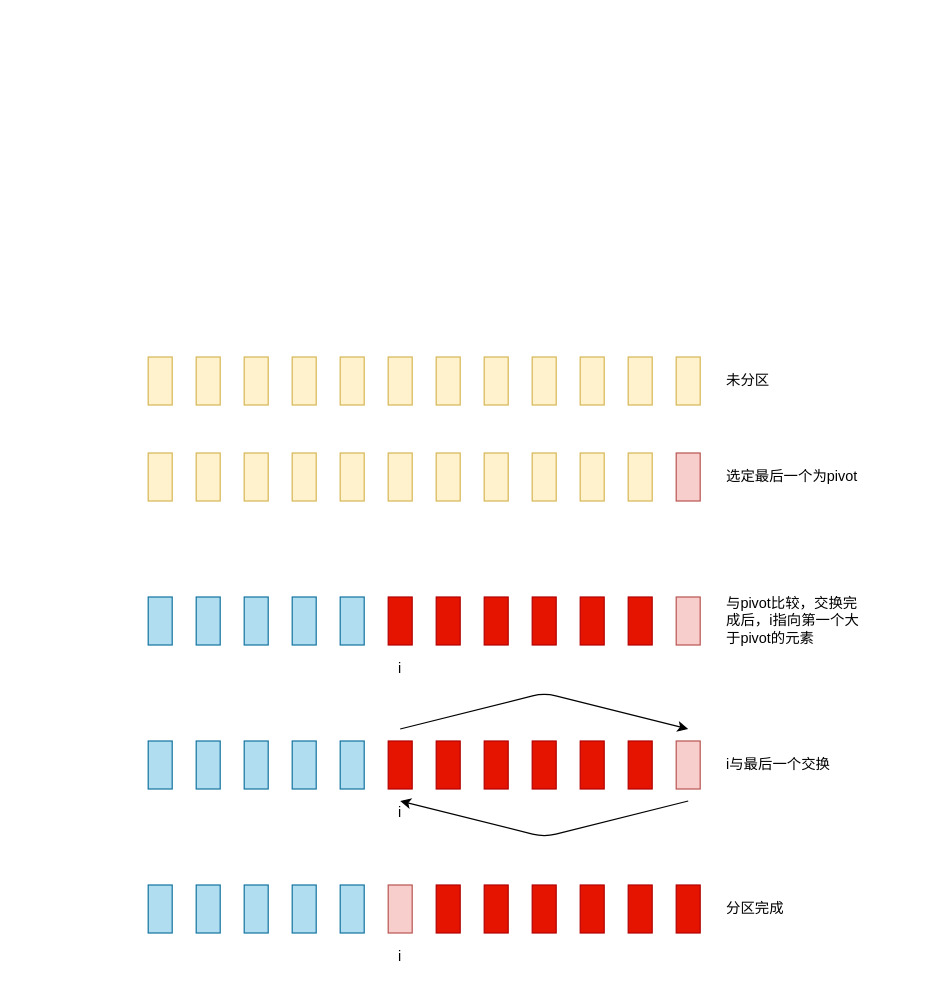
The draw.io diagram pics/data-structure/sort/快速排序-分区函数演示.drawio in niegl4/docs, before the edit. Source tidied: cells renumbered, new cells numbered last; positions are measured from the earlier drawing's top-left corner, leaving out a move shared by most shapes. Both pictures are drawn from the tidied source at 120%, with x=0, y=0 at pixel (148, 356).
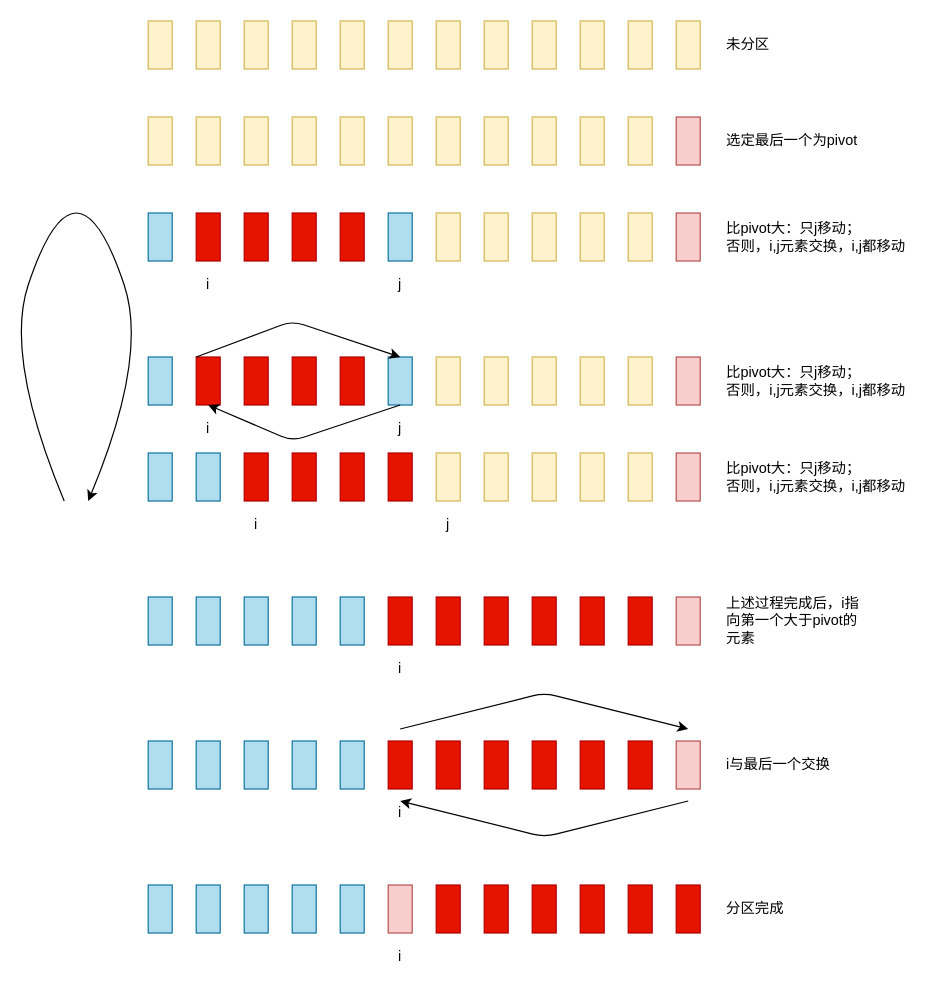
The same page after the edit.

Change to the diagram source:
```diff
@@
     <mxCell id="2" style="rounded=0;whiteSpace=wrap;html=1;fillColor=#fff2cc;strokeColor=#d6b656;" parent="1" vertex="1">
-      <mxGeometry width="20" height="40" as="geometry" />
+      <mxGeometry y="-280" width="20" height="40" as="geometry" />
     </mxCell>
     <mxCell id="3" style="rounded=0;whiteSpace=wrap;html=1;fillColor=#fff2cc;strokeColor=#d6b656;" parent="1" vertex="1">
-      <mxGeometry x="40" width="20" height="40" as="geometry" />
+      <mxGeometry x="40" y="-280" width="20" height="40" as="geometry" />
     </mxCell>
     <mxCell id="4" style="rounded=0;whiteSpace=wrap;html=1;fillColor=#fff2cc;strokeColor=#d6b656;" parent="1" vertex="1">
-      <mxGeometry x="80" width="20" height="40" as="geometry" />
+      <mxGeometry x="80" y="-280" width="20" height="40" as="geometry" />
     </mxCell>
     <mxCell id="5" style="rounded=0;whiteSpace=wrap;html=1;fillColor=#fff2cc;strokeColor=#d6b656;" parent="1" vertex="1">
-      <mxGeometry x="120" width="20" height="40" as="geometry" />
+      <mxGeometry x="120" y="-280" width="20" height="40" as="geometry" />
     </mxCell>
     <mxCell id="6" style="rounded=0;whiteSpace=wrap;html=1;fillColor=#fff2cc;strokeColor=#d6b656;" parent="1" vertex="1">
-      <mxGeometry x="160" width="20" height="40" as="geometry" />
+      <mxGeometry x="160" y="-280" width="20" height="40" as="geometry" />
     </mxCell>
     <mxCell id="7" style="rounded=0;whiteSpace=wrap;html=1;fillColor=#fff2cc;strokeColor=#d6b656;" parent="1" vertex="1">
-      <mxGeometry x="200" width="20" height="40" as="geometry" />
+      <mxGeometry x="200" y="-280" width="20" height="40" as="geometry" />
     </mxCell>
     <mxCell id="8" style="rounded=0;whiteSpace=wrap;html=1;fillColor=#fff2cc;strokeColor=#d6b656;" parent="1" vertex="1">
-      <mxGeometry x="240" width="20" height="40" as="geometry" />
+      <mxGeometry x="240" y="-280" width="20" height="40" as="geometry" />
     </mxCell>
     <mxCell id="9" style="rounded=0;whiteSpace=wrap;html=1;fillColor=#fff2cc;strokeColor=#d6b656;" parent="1" vertex="1">
-      <mxGeometry x="280" width="20" height="40" as="geometry" />
+      <mxGeometry x="280" y="-280" width="20" height="40" as="geometry" />
     </mxCell>
     <mxCell id="10" style="rounded=0;whiteSpace=wrap;html=1;fillColor=#fff2cc;strokeColor=#d6b656;" parent="1" vertex="1">
-      <mxGeometry x="320" width="20" height="40" as="geometry" />
+      <mxGeometry x="320" y="-280" width="20" height="40" as="geometry" />
     </mxCell>
     <mxCell id="11" style="rounded=0;whiteSpace=wrap;html=1;fillColor=#fff2cc;strokeColor=#d6b656;" parent="1" vertex="1">
-      <mxGeometry x="360" width="20" height="40" as="geometry" />
+      <mxGeometry x="360" y="-280" width="20" height="40" as="geometry" />
     </mxCell>
     <mxCell id="12" style="rounded=0;whiteSpace=wrap;html=1;fillColor=#fff2cc;strokeColor=#d6b656;" parent="1" vertex="1">
-      <mxGeometry x="400" width="20" height="40" as="geometry" />
+      <mxGeometry x="400" y="-280" width="20" height="40" as="geometry" />
     </mxCell>
     <mxCell id="13" style="rounded=0;whiteSpace=wrap;html=1;fillColor=#fff2cc;strokeColor=#d6b656;" parent="1" vertex="1">
-      <mxGeometry x="440" width="20" height="40" as="geometry" />
+      <mxGeometry x="440" y="-280" width="20" height="40" as="geometry" />
     </mxCell>
     <mxCell id="14" style="rounded=0;whiteSpace=wrap;html=1;fillColor=#fff2cc;strokeColor=#d6b656;" parent="1" vertex="1">
-      <mxGeometry y="80" width="20" height="40" as="geometry" />
+      <mxGeometry y="-200" width="20" height="40" as="geometry" />
     </mxCell>
     <mxCell id="15" style="rounded=0;whiteSpace=wrap;html=1;fillColor=#fff2cc;strokeColor=#d6b656;" parent="1" vertex="1">
-      <mxGeometry x="40" y="80" width="20" height="40" as="geometry" />
+      <mxGeometry x="40" y="-200" width="20" height="40" as="geometry" />
     </mxCell>
     <mxCell id="16" style="rounded=0;whiteSpace=wrap;html=1;fillColor=#fff2cc;strokeColor=#d6b656;" parent="1" vertex="1">
-      <mxGeometry x="80" y="80" width="20" height="40" as="geometry" />
+      <mxGeometry x="80" y="-200" width="20" height="40" as="geometry" />
     </mxCell>
     <mxCell id="17" style="rounded=0;whiteSpace=wrap;html=1;fillColor=#fff2cc;strokeColor=#d6b656;" parent="1" vertex="1">
-      <mxGeometry x="120" y="80" width="20" height="40" as="geometry" />
+      <mxGeometry x="120" y="-200" width="20" height="40" as="geometry" />
     </mxCell>
     <mxCell id="18" style="rounded=0;whiteSpace=wrap;html=1;fillColor=#fff2cc;strokeColor=#d6b656;" parent="1" vertex="1">
-      <mxGeometry x="160" y="80" width="20" height="40" as="geometry" />
+      <mxGeometry x="160" y="-200" width="20" height="40" as="geometry" />
     </mxCell>
     <mxCell id="19" style="rounded=0;whiteSpace=wrap;html=1;fillColor=#fff2cc;strokeColor=#d6b656;" parent="1" vertex="1">
-      <mxGeometry x="200" y="80" width="20" height="40" as="geometry" />
+      <mxGeometry x="200" y="-200" width="20" height="40" as="geometry" />
     </mxCell>
     <mxCell id="20" style="rounded=0;whiteSpace=wrap;html=1;fillColor=#fff2cc;strokeColor=#d6b656;" parent="1" vertex="1">
-      <mxGeometry x="240" y="80" width="20" height="40" as="geometry" />
+      <mxGeometry x="240" y="-200" width="20" height="40" as="geometry" />
     </mxCell>
     <mxCell id="21" style="rounded=0;whiteSpace=wrap;html=1;fillColor=#fff2cc;strokeColor=#d6b656;" parent="1" vertex="1">
-      <mxGeometry x="280" y="80" width="20" height="40" as="geometry" />
+      <mxGeometry x="280" y="-200" width="20" height="40" as="geometry" />
     </mxCell>
     <mxCell id="22" style="rounded=0;whiteSpace=wrap;html=1;fillColor=#fff2cc;strokeColor=#d6b656;" parent="1" vertex="1">
-      <mxGeometry x="320" y="80" width="20" height="40" as="geometry" />
+      <mxGeometry x="320" y="-200" width="20" height="40" as="geometry" />
     </mxCell>
     <mxCell id="23" style="rounded=0;whiteSpace=wrap;html=1;fillColor=#fff2cc;strokeColor=#d6b656;" parent="1" vertex="1">
-      <mxGeometry x="360" y="80" width="20" height="40" as="geometry" />
+      <mxGeometry x="360" y="-200" width="20" height="40" as="geometry" />
     </mxCell>
     <mxCell id="24" style="rounded=0;whiteSpace=wrap;html=1;fillColor=#fff2cc;strokeColor=#d6b656;" parent="1" vertex="1">
-      <mxGeometry x="400" y="80" width="20" height="40" as="geometry" />
+      <mxGeometry x="400" y="-200" width="20" height="40" as="geometry" />
     </mxCell>
     <mxCell id="25" style="rounded=0;whiteSpace=wrap;html=1;fillColor=#f8cecc;strokeColor=#b85450;" parent="1" vertex="1">
-      <mxGeometry x="440" y="80" width="20" height="40" as="geometry" />
+      <mxGeometry x="440" y="-200" width="20" height="40" as="geometry" />
     </mxCell>
@@
     <mxCell id="64" value="未分区" style="text;html=1;strokeColor=none;fillColor=none;align=left;verticalAlign=middle;whiteSpace=wrap;rounded=0;" parent="1" vertex="1">
-      <mxGeometry x="480" width="120" height="40" as="geometry" />
+      <mxGeometry x="480" y="-280" width="120" height="40" as="geometry" />
     </mxCell>
     <mxCell id="65" value="选定最后一个为pivot" style="text;html=1;strokeColor=none;fillColor=none;align=left;verticalAlign=middle;whiteSpace=wrap;rounded=0;" parent="1" vertex="1">
-      <mxGeometry x="480" y="80" width="120" height="40" as="geometry" />
+      <mxGeometry x="480" y="-200" width="120" height="40" as="geometry" />
     </mxCell>
-    <mxCell id="66" value="与pivot比较，交换完成后，i指向第一个大于pivot的元素" style="text;html=1;strokeColor=none;fillColor=none;align=left;verticalAlign=middle;whiteSpace=wrap;rounded=0;" parent="1" vertex="1">
+    <mxCell id="66" value="上述过程完成后，i指向第一个大于pivot的元素" style="text;html=1;strokeColor=none;fillColor=none;align=left;verticalAlign=middle;whiteSpace=wrap;rounded=0;" parent="1" vertex="1">
       <mxGeometry x="480" y="200" width="120" height="40" as="geometry" />
     </mxCell>
@@
+    <mxCell id="72" style="rounded=0;whiteSpace=wrap;html=1;fillColor=#b1ddf0;strokeColor=#10739e;" parent="1" vertex="1">
+      <mxGeometry y="-120" width="20" height="40" as="geometry" />
+    </mxCell>
+    <mxCell id="73" style="rounded=0;whiteSpace=wrap;html=1;fillColor=#b1ddf0;strokeColor=#10739e;" parent="1" vertex="1">
+      <mxGeometry x="200" y="-120" width="20" height="40" as="geometry" />
+    </mxCell>
+    <mxCell id="74" style="rounded=0;whiteSpace=wrap;html=1;fillColor=#fff2cc;strokeColor=#d6b656;" parent="1" vertex="1">
+      <mxGeometry x="240" y="-120" width="20" height="40" as="geometry" />
+    </mxCell>
+    <mxCell id="75" style="rounded=0;whiteSpace=wrap;html=1;fillColor=#fff2cc;strokeColor=#d6b656;" parent="1" vertex="1">
+      <mxGeometry x="280" y="-120" width="20" height="40" as="geometry" />
+    </mxCell>
+    <mxCell id="76" style="rounded=0;whiteSpace=wrap;html=1;fillColor=#fff2cc;strokeColor=#d6b656;" parent="1" vertex="1">
+      <mxGeometry x="320" y="-120" width="20" height="40" as="geometry" />
+    </mxCell>
+    <mxCell id="77" style="rounded=0;whiteSpace=wrap;html=1;fillColor=#fff2cc;strokeColor=#d6b656;" parent="1" vertex="1">
+      <mxGeometry x="360" y="-120" width="20" height="40" as="geometry" />
+    </mxCell>
+    <mxCell id="78" style="rounded=0;whiteSpace=wrap;html=1;fillColor=#fff2cc;strokeColor=#d6b656;" parent="1" vertex="1">
+      <mxGeometry x="400" y="-120" width="20" height="40" as="geometry" />
+    </mxCell>
+    <mxCell id="79" style="rounded=0;whiteSpace=wrap;html=1;fillColor=#f8cecc;strokeColor=#b85450;" parent="1" vertex="1">
+      <mxGeometry x="440" y="-120" width="20" height="40" as="geometry" />
+    </mxCell>
+    <mxCell id="80" value="比pivot大：只j移动；&lt;br&gt;否则，i,j元素交换，i,j都移动" style="text;html=1;strokeColor=none;fillColor=none;align=left;verticalAlign=middle;whiteSpace=wrap;rounded=0;" parent="1" vertex="1">
+      <mxGeometry x="480" y="-120" width="160" height="40" as="geometry" />
+    </mxCell>
+    <mxCell id="81" value="i" style="text;html=1;strokeColor=none;fillColor=none;align=center;verticalAlign=middle;whiteSpace=wrap;rounded=0;" parent="1" vertex="1">
+      <mxGeometry x="40" y="-80" width="20" height="40" as="geometry" />
+    </mxCell>
+    <mxCell id="82" style="rounded=0;whiteSpace=wrap;html=1;fillColor=#e51400;strokeColor=#B20000;fontColor=#ffffff;" parent="1" vertex="1">
+      <mxGeometry x="40" y="-120" width="20" height="40" as="geometry" />
+    </mxCell>
+    <mxCell id="83" style="rounded=0;whiteSpace=wrap;html=1;fillColor=#e51400;strokeColor=#B20000;fontColor=#ffffff;" parent="1" vertex="1">
+      <mxGeometry x="80" y="-120" width="20" height="40" as="geometry" />
+    </mxCell>
+    <mxCell id="84" style="rounded=0;whiteSpace=wrap;html=1;fillColor=#e51400;strokeColor=#B20000;fontColor=#ffffff;" parent="1" vertex="1">
+      <mxGeometry x="120" y="-120" width="20" height="40" as="geometry" />
+    </mxCell>
+    <mxCell id="85" style="rounded=0;whiteSpace=wrap;html=1;fillColor=#e51400;strokeColor=#B20000;fontColor=#ffffff;" parent="1" vertex="1">
+      <mxGeometry x="160" y="-120" width="20" height="40" as="geometry" />
+    </mxCell>
+    <mxCell id="86" value="j" style="text;html=1;strokeColor=none;fillColor=none;align=center;verticalAlign=middle;whiteSpace=wrap;rounded=0;" parent="1" vertex="1">
+      <mxGeometry x="200" y="-80" width="20" height="40" as="geometry" />
+    </mxCell>
+    <mxCell id="87" style="rounded=0;whiteSpace=wrap;html=1;fillColor=#b1ddf0;strokeColor=#10739e;" parent="1" vertex="1">
+      <mxGeometry width="20" height="40" as="geometry" />
+    </mxCell>
+    <mxCell id="88" style="rounded=0;whiteSpace=wrap;html=1;fillColor=#b1ddf0;strokeColor=#10739e;" parent="1" vertex="1">
+      <mxGeometry x="200" width="20" height="40" as="geometry" />
+    </mxCell>
+    <mxCell id="89" style="rounded=0;whiteSpace=wrap;html=1;fillColor=#fff2cc;strokeColor=#d6b656;" parent="1" vertex="1">
+      <mxGeometry x="240" width="20" height="40" as="geometry" />
+    </mxCell>
+    <mxCell id="90" style="rounded=0;whiteSpace=wrap;html=1;fillColor=#fff2cc;strokeColor=#d6b656;" parent="1" vertex="1">
+      <mxGeometry x="280" width="20" height="40" as="geometry" />
+    </mxCell>
+    <mxCell id="91" style="rounded=0;whiteSpace=wrap;html=1;fillColor=#fff2cc;strokeColor=#d6b656;" parent="1" vertex="1">
+      <mxGeometry x="320" width="20" height="40" as="geometry" />
+    </mxCell>
+    <mxCell id="92" style="rounded=0;whiteSpace=wrap;html=1;fillColor=#fff2cc;strokeColor=#d6b656;" parent="1" vertex="1">
+      <mxGeometry x="360" width="20" height="40" as="geometry" />
+    </mxCell>
+    <mxCell id="93" style="rounded=0;whiteSpace=wrap;html=1;fillColor=#fff2cc;strokeColor=#d6b656;" parent="1" vertex="1">
+      <mxGeometry x="400" width="20" height="40" as="geometry" />
+    </mxCell>
+    <mxCell id="94" style="rounded=0;whiteSpace=wrap;html=1;fillColor=#f8cecc;strokeColor=#b85450;" parent="1" vertex="1">
+      <mxGeometry x="440" width="20" height="40" as="geometry" />
+    </mxCell>
+    <mxCell id="95" value="比pivot大：只j移动；&lt;br&gt;否则，i,j元素交换，i,j都移动" style="text;html=1;strokeColor=none;fillColor=none;align=left;verticalAlign=middle;whiteSpace=wrap;rounded=0;" parent="1" vertex="1">
+      <mxGeometry x="480" width="160" height="40" as="geometry" />
+    </mxCell>
+    <mxCell id="96" value="i" style="text;html=1;strokeColor=none;fillColor=none;align=center;verticalAlign=middle;whiteSpace=wrap;rounded=0;" parent="1" vertex="1">
+      <mxGeometry x="40" y="40" width="20" height="40" as="geometry" />
+    </mxCell>
+    <mxCell id="97" style="rounded=0;whiteSpace=wrap;html=1;fillColor=#e51400;strokeColor=#B20000;fontColor=#ffffff;" parent="1" vertex="1">
+      <mxGeometry x="40" width="20" height="40" as="geometry" />
+    </mxCell>
+    <mxCell id="98" style="rounded=0;whiteSpace=wrap;html=1;fillColor=#e51400;strokeColor=#B20000;fontColor=#ffffff;" parent="1" vertex="1">
+      <mxGeometry x="80" width="20" height="40" as="geometry" />
+    </mxCell>
+    <mxCell id="99" style="rounded=0;whiteSpace=wrap;html=1;fillColor=#e51400;strokeColor=#B20000;fontColor=#ffffff;" parent="1" vertex="1">
+      <mxGeometry x="120" width="20" height="40" as="geometry" />
+    </mxCell>
+    <mxCell id="100" style="rounded=0;whiteSpace=wrap;html=1;fillColor=#e51400;strokeColor=#B20000;fontColor=#ffffff;" parent="1" vertex="1">
+      <mxGeometry x="160" width="20" height="40" as="geometry" />
+    </mxCell>
+    <mxCell id="101" value="j" style="text;html=1;strokeColor=none;fillColor=none;align=center;verticalAlign=middle;whiteSpace=wrap;rounded=0;" parent="1" vertex="1">
+      <mxGeometry x="200" y="40" width="20" height="40" as="geometry" />
+    </mxCell>
+    <mxCell id="102" style="endArrow=classic;html=1;entryX=0.5;entryY=0;entryDx=0;entryDy=0;" parent="1" edge="1" target="88">
+      <mxGeometry relative="1" as="geometry">
+        <mxPoint x="40" as="sourcePoint" />
+        <Array as="points">
+          <mxPoint x="120" y="-30" />
+        </Array>
+      </mxGeometry>
+    </mxCell>
+    <mxCell id="103" style="endArrow=classic;html=1;entryX=0.5;entryY=0;entryDx=0;entryDy=0;" parent="1" edge="1" target="96">
+      <mxGeometry relative="1" as="geometry">
+        <mxPoint x="210" y="40" as="sourcePoint" />
+        <Array as="points">
+          <mxPoint x="120" y="70" />
+        </Array>
+      </mxGeometry>
+    </mxCell>
+    <mxCell id="104" style="rounded=0;whiteSpace=wrap;html=1;fillColor=#b1ddf0;strokeColor=#10739e;" parent="1" vertex="1">
+      <mxGeometry y="80" width="20" height="40" as="geometry" />
+    </mxCell>
+    <mxCell id="105" style="rounded=0;whiteSpace=wrap;html=1;fillColor=#b1ddf0;strokeColor=#10739e;" parent="1" vertex="1">
+      <mxGeometry x="40" y="80" width="20" height="40" as="geometry" />
+    </mxCell>
+    <mxCell id="106" style="rounded=0;whiteSpace=wrap;html=1;fillColor=#fff2cc;strokeColor=#d6b656;" parent="1" vertex="1">
+      <mxGeometry x="240" y="80" width="20" height="40" as="geometry" />
+    </mxCell>
+    <mxCell id="107" style="rounded=0;whiteSpace=wrap;html=1;fillColor=#fff2cc;strokeColor=#d6b656;" parent="1" vertex="1">
+      <mxGeometry x="280" y="80" width="20" height="40" as="geometry" />
+    </mxCell>
+    <mxCell id="108" style="rounded=0;whiteSpace=wrap;html=1;fillColor=#fff2cc;strokeColor=#d6b656;" parent="1" vertex="1">
+      <mxGeometry x="320" y="80" width="20" height="40" as="geometry" />
+    </mxCell>
+    <mxCell id="109" style="rounded=0;whiteSpace=wrap;html=1;fillColor=#fff2cc;strokeColor=#d6b656;" parent="1" vertex="1">
+      <mxGeometry x="360" y="80" width="20" height="40" as="geometry" />
+    </mxCell>
+    <mxCell id="110" style="rounded=0;whiteSpace=wrap;html=1;fillColor=#fff2cc;strokeColor=#d6b656;" parent="1" vertex="1">
+      <mxGeometry x="400" y="80" width="20" height="40" as="geometry" />
+    </mxCell>
+    <mxCell id="111" style="rounded=0;whiteSpace=wrap;html=1;fillColor=#f8cecc;strokeColor=#b85450;" parent="1" vertex="1">
+      <mxGeometry x="440" y="80" width="20" height="40" as="geometry" />
+    </mxCell>
+    <mxCell id="112" value="比pivot大：只j移动；&lt;br&gt;否则，i,j元素交换，i,j都移动" style="text;html=1;strokeColor=none;fillColor=none;align=left;verticalAlign=middle;whiteSpace=wrap;rounded=0;" parent="1" vertex="1">
+      <mxGeometry x="480" y="80" width="160" height="40" as="geometry" />
+    </mxCell>
+    <mxCell id="113" value="i" style="text;html=1;strokeColor=none;fillColor=none;align=center;verticalAlign=middle;whiteSpace=wrap;rounded=0;" parent="1" vertex="1">
+      <mxGeometry x="80" y="120" width="20" height="40" as="geometry" />
+    </mxCell>
+    <mxCell id="114" style="rounded=0;whiteSpace=wrap;html=1;fillColor=#e51400;strokeColor=#B20000;fontColor=#ffffff;" parent="1" vertex="1">
+      <mxGeometry x="200" y="80" width="20" height="40" as="geometry" />
+    </mxCell>
+    <mxCell id="115" style="rounded=0;whiteSpace=wrap;html=1;fillColor=#e51400;strokeColor=#B20000;fontColor=#ffffff;" parent="1" vertex="1">
+      <mxGeometry x="80" y="80" width="20" height="40" as="geometry" />
+    </mxCell>
+    <mxCell id="116" style="rounded=0;whiteSpace=wrap;html=1;fillColor=#e51400;strokeColor=#B20000;fontColor=#ffffff;" parent="1" vertex="1">
+      <mxGeometry x="120" y="80" width="20" height="40" as="geometry" />
+    </mxCell>
+    <mxCell id="117" style="rounded=0;whiteSpace=wrap;html=1;fillColor=#e51400;strokeColor=#B20000;fontColor=#ffffff;" parent="1" vertex="1">
+      <mxGeometry x="160" y="80" width="20" height="40" as="geometry" />
+    </mxCell>
+    <mxCell id="118" value="j" style="text;html=1;strokeColor=none;fillColor=none;align=center;verticalAlign=middle;whiteSpace=wrap;rounded=0;" parent="1" vertex="1">
+      <mxGeometry x="240" y="120" width="20" height="40" as="geometry" />
+    </mxCell>
+    <mxCell id="119" style="curved=1;endArrow=classic;html=1;" parent="1" edge="1">
+      <mxGeometry relative="1" as="geometry">
+        <mxPoint x="-70" y="120" as="sourcePoint" />
+        <mxPoint x="-50" y="120" as="targetPoint" />
+        <Array as="points">
+          <mxPoint x="-120" />
+          <mxPoint x="-80" y="-120" />
+          <mxPoint x="-40" y="-120" />
+          <mxPoint />
+        </Array>
+      </mxGeometry>
+    </mxCell>
```
